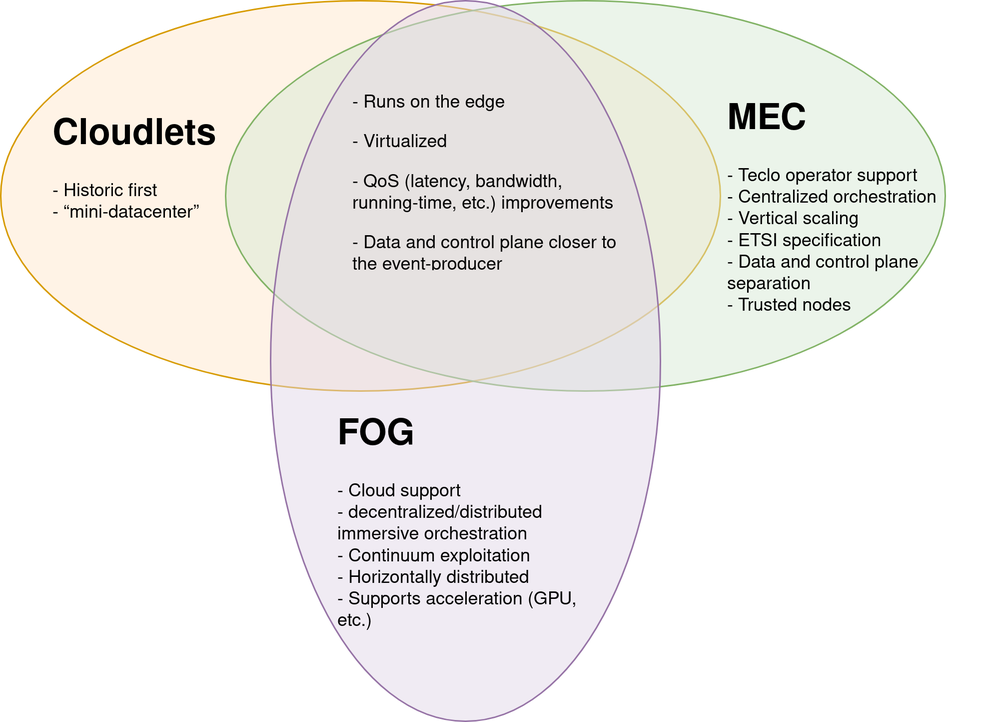
VolodiaPG/biblio_fog_faas keeps this draw.io diagram as assets/CloudLetsVMECvFog.drawio.png. Above is the earlier version. Source tidied: cells renumbered, new cells last; positions are measured from the earlier drawing's top-left corner, leaving out a move shared by most shapes.
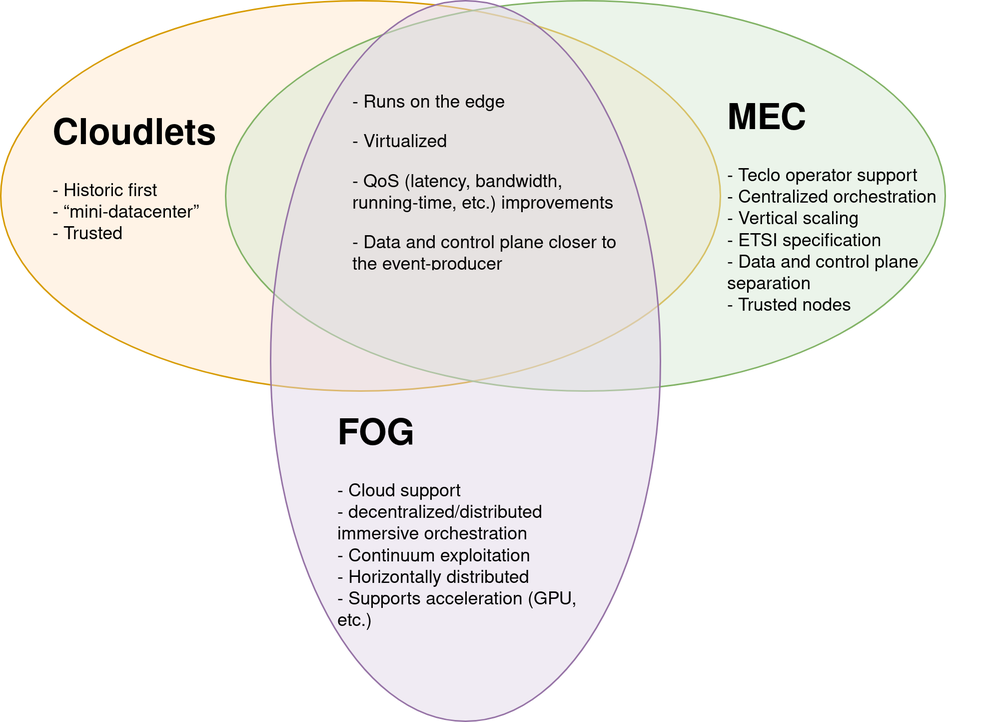
Above is the later version.

Commit message:
Add trusted to cloudlets

The edit, as a diff of the source:
```diff
@@ -17,7 +17,7 @@
     <mxCell id="6" value="&lt;h1&gt;FOG&lt;/h1&gt;&lt;p&gt;- Cloud support&lt;br&gt;- decentralized/distributed immersive orchestration&lt;br&gt;- Continuum exploitation&lt;br&gt;- Horizontally distributed&lt;br&gt;- Supports acceleration (GPU, etc.)&lt;br&gt;&lt;/p&gt;" style="text;html=1;strokeColor=none;fillColor=none;spacing=5;spacingTop=-20;whiteSpace=wrap;overflow=hidden;rounded=0;" parent="1" vertex="1">
       <mxGeometry x="220" y="270" width="190" height="180" as="geometry" />
     </mxCell>
-    <mxCell id="7" value="&lt;h1&gt;Cloudlets&lt;/h1&gt;&lt;p&gt;- Historic first&lt;br&gt;- “mini-datacenter”&lt;/p&gt;&lt;p&gt;&lt;br&gt;&lt;/p&gt;" style="text;html=1;strokeColor=none;fillColor=none;spacing=5;spacingTop=-20;whiteSpace=wrap;overflow=hidden;rounded=0;" parent="1" vertex="1">
+    <mxCell id="7" value="&lt;h1&gt;Cloudlets&lt;/h1&gt;&lt;p&gt;- Historic first&lt;br&gt;- “mini-datacenter”&lt;br&gt;- Trusted&lt;br&gt;&lt;/p&gt;&lt;p&gt;&lt;br&gt;&lt;/p&gt;" style="text;html=1;strokeColor=none;fillColor=none;spacing=5;spacingTop=-20;whiteSpace=wrap;overflow=hidden;rounded=0;" parent="1" vertex="1">
       <mxGeometry x="30" y="70" width="190" height="120" as="geometry" />
     </mxCell>
     <mxCell id="8" value="&lt;p&gt;- Runs on the edge&lt;/p&gt;&lt;p&gt;- Virtualized&lt;/p&gt;&lt;p&gt;- QoS (latency, bandwidth, running-time, etc.) improvements&lt;/p&gt;&lt;p&gt;- Data and control plane closer to the event-producer&lt;br&gt;&lt;/p&gt;" style="text;html=1;strokeColor=none;fillColor=none;spacing=5;spacingTop=-20;whiteSpace=wrap;overflow=hidden;rounded=0;" parent="1" vertex="1">
```
